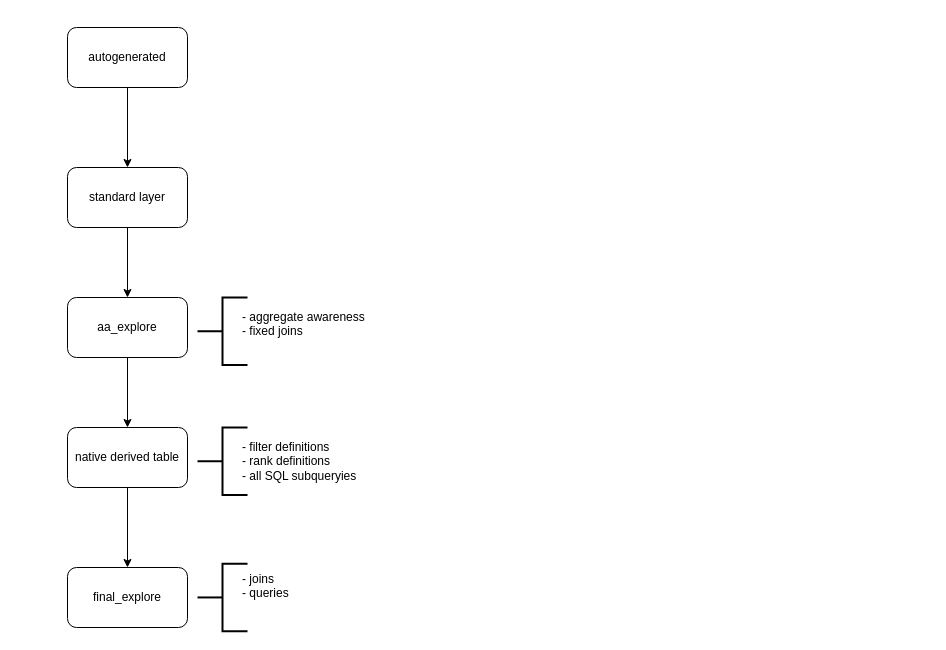
Above: product_sales/resources/aa_and_the_join.drawio in nicohein/looker-exploration (draw.io), before the change. Source tidied: cells renumbered, new cells numbered last; positions are measured from the earlier drawing's top-left corner, leaving out a move shared by most shapes. Both pictures are drawn from the tidied source at 100%, with x=0, y=0 at pixel (67, 27).
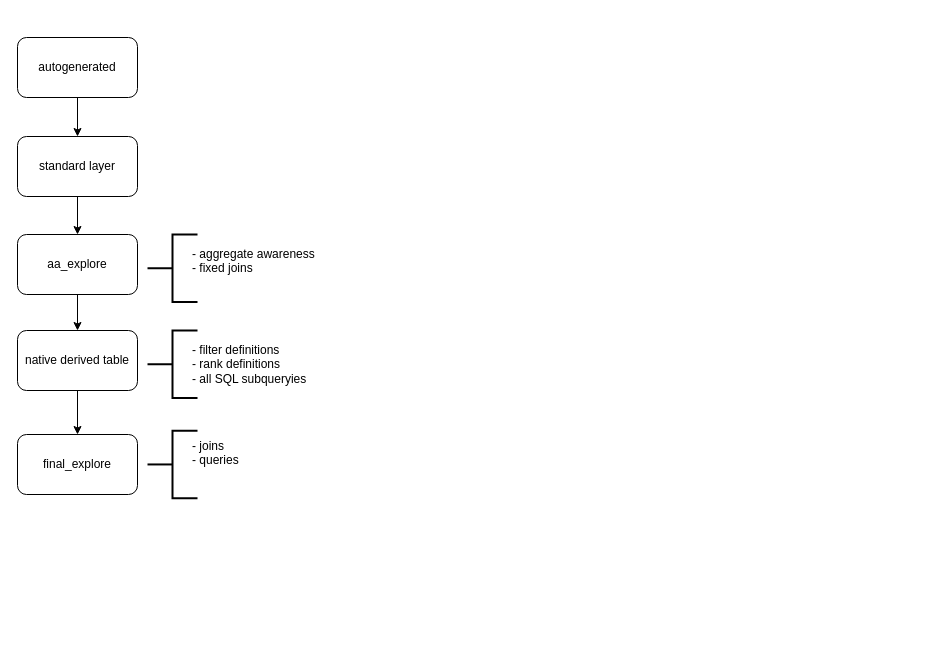
Above is the later version.

The edit, as a diff of the source:
```diff
@@
     <mxCell id="3" value="autogenerated" style="rounded=1;whiteSpace=wrap;html=1;" parent="1" vertex="1">
-      <mxGeometry width="120" height="60" as="geometry" />
+      <mxGeometry x="-50" y="10" width="120" height="60" as="geometry" />
     </mxCell>
@@
     <mxCell id="5" value="standard layer" style="whiteSpace=wrap;html=1;rounded=1;" parent="1" vertex="1">
-      <mxGeometry y="140" width="120" height="60" as="geometry" />
+      <mxGeometry x="-50" y="109" width="120" height="60" as="geometry" />
     </mxCell>
@@
     <mxCell id="7" value="aa_explore" style="whiteSpace=wrap;html=1;rounded=1;" parent="1" vertex="1">
-      <mxGeometry y="270" width="120" height="60" as="geometry" />
+      <mxGeometry x="-50" y="207" width="120" height="60" as="geometry" />
     </mxCell>
@@
     <mxCell id="9" value="native derived table" style="whiteSpace=wrap;html=1;rounded=1;" parent="1" vertex="1">
-      <mxGeometry y="400" width="120" height="60" as="geometry" />
+      <mxGeometry x="-50" y="303" width="120" height="60" as="geometry" />
     </mxCell>
     <mxCell id="10" value="final_explore" style="whiteSpace=wrap;html=1;rounded=1;" parent="1" vertex="1">
-      <mxGeometry y="540" width="120" height="60" as="geometry" />
+      <mxGeometry x="-50" y="407" width="120" height="60" as="geometry" />
     </mxCell>
     <mxCell id="11" style="strokeWidth=2;html=1;shape=mxgraph.flowchart.annotation_2;align=left;labelPosition=right;" parent="1" vertex="1">
-      <mxGeometry x="130" y="400" width="50" height="67.5" as="geometry" />
+      <mxGeometry x="80" y="303" width="50" height="67.5" as="geometry" />
     </mxCell>
     <mxCell id="12" value="- filter definitions&lt;br&gt;- rank definitions&lt;br&gt;- all SQL subqueryies" style="text;html=1;strokeColor=none;fillColor=none;spacing=5;spacingTop=-20;whiteSpace=wrap;overflow=hidden;rounded=0;" parent="1" vertex="1">
-      <mxGeometry x="170" y="422.5" width="190" height="45" as="geometry" />
+      <mxGeometry x="120" y="325.5" width="190" height="45" as="geometry" />
     </mxCell>
     <mxCell id="13" style="strokeWidth=2;html=1;shape=mxgraph.flowchart.annotation_2;align=left;labelPosition=right;" parent="1" vertex="1">
-      <mxGeometry x="130" y="270" width="50" height="67.5" as="geometry" />
+      <mxGeometry x="80" y="207" width="50" height="67.5" as="geometry" />
     </mxCell>
     <mxCell id="14" value="- aggregate awareness&lt;br&gt;- fixed joins" style="text;html=1;strokeColor=none;fillColor=none;spacing=5;spacingTop=-20;whiteSpace=wrap;overflow=hidden;rounded=0;" parent="1" vertex="1">
-      <mxGeometry x="170" y="292.5" width="190" height="45" as="geometry" />
+      <mxGeometry x="120" y="229.5" width="190" height="45" as="geometry" />
     </mxCell>
     <mxCell id="15" value="- joins&lt;br&gt;- queries" style="text;html=1;strokeColor=none;fillColor=none;spacing=5;spacingTop=-20;whiteSpace=wrap;overflow=hidden;rounded=0;" parent="1" vertex="1">
-      <mxGeometry x="170" y="555" width="190" height="45" as="geometry" />
+      <mxGeometry x="120" y="422" width="190" height="45" as="geometry" />
     </mxCell>
     <mxCell id="16" style="strokeWidth=2;html=1;shape=mxgraph.flowchart.annotation_2;align=left;labelPosition=right;" parent="1" vertex="1">
-      <mxGeometry x="130" y="536.2" width="50" height="67.5" as="geometry" />
+      <mxGeometry x="80" y="403.2" width="50" height="67.5" as="geometry" />
     </mxCell>
+    <mxCell id="17" style="endArrow=none;html=1;rounded=0;strokeColor=#FFFFFF;" parent="1" edge="1">
+      <mxGeometry relative="1" as="geometry">
+        <mxPoint x="-50" y="-10" as="sourcePoint" />
+        <mxPoint x="860" y="-10" as="targetPoint" />
+      </mxGeometry>
+    </mxCell>
+    <mxCell id="18" style="endArrow=none;html=1;rounded=0;strokeColor=#FFFFFF;" parent="1" edge="1">
+      <mxGeometry relative="1" as="geometry">
+        <mxPoint x="-50" y="490" as="sourcePoint" />
+        <mxPoint x="860" y="490" as="targetPoint" />
+      </mxGeometry>
+    </mxCell>
```
